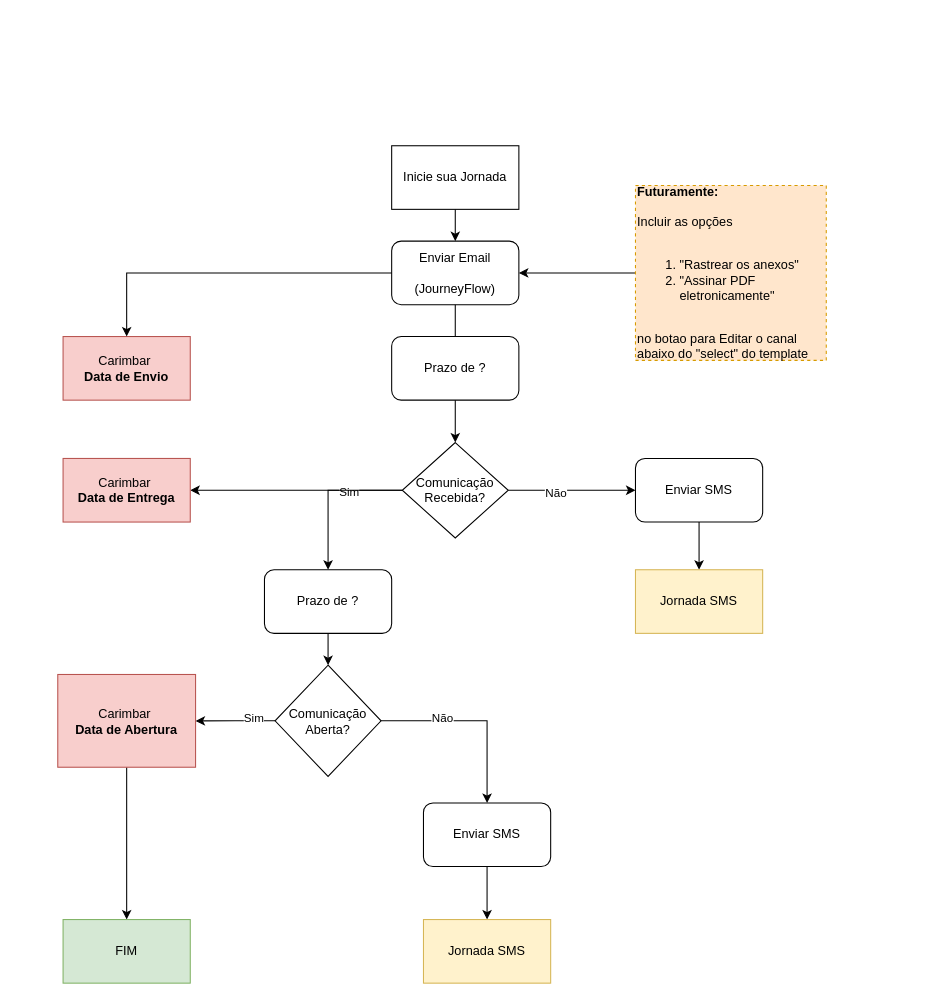
caio-bueno/draws-valid keeps this draw.io diagram as page "Desenho Jornada Email Carimbos Multiplos" (4 of 8) of Diagrama Carimbo.drawio. Above is the earlier version. Source tidied: cells renumbered, new cells numbered last; positions are measured from the earlier drawing's top-left corner, leaving out a move shared by most shapes. Both pictures are drawn from the tidied source at 106%, with x=0, y=0 at pixel (57, 145).
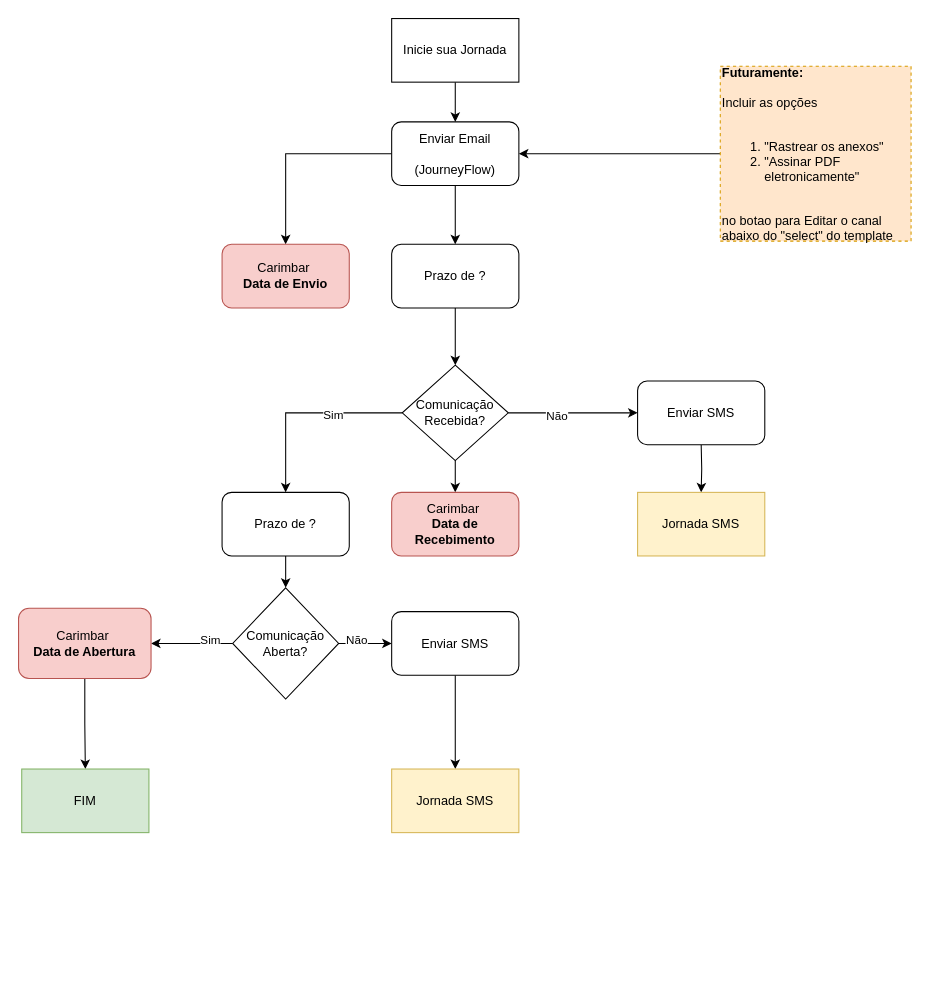
After the change.

Diff of the diagram source:
```diff
@@
     <mxCell id="3" value="Inicie sua Jornada" style="rounded=0;whiteSpace=wrap;html=1;" parent="1" vertex="1">
-      <mxGeometry x="315" width="120" height="60" as="geometry" />
+      <mxGeometry x="315" y="-120" width="120" height="60" as="geometry" />
     </mxCell>
+    <mxCell id="30" style="edgeStyle=orthogonalEdgeStyle;rounded=0;jettySize=auto;html=1;entryX=0.5;entryY=0;entryDx=0;entryDy=0;" parent="1" edge="1" source="4" target="29">
+      <mxGeometry relative="1" as="geometry" />
+    </mxCell>
     <mxCell id="4" value="Enviar Email&lt;div&gt;&lt;br&gt;&lt;/div&gt;&lt;div&gt;(JourneyFlow)&lt;/div&gt;" style="rounded=1;whiteSpace=wrap;html=1;" parent="1" vertex="1">
-      <mxGeometry x="315" y="90" width="120" height="60" as="geometry" />
+      <mxGeometry x="315" y="-22.5" width="120" height="60" as="geometry" />
     </mxCell>
-    <mxCell id="5" style="edgeStyle=orthogonalEdgeStyle;rounded=0;jettySize=auto;html=1;" parent="1" edge="1" source="4" target="11">
-      <mxGeometry relative="1" as="geometry" />
-    </mxCell>
-    <mxCell id="6" style="edgeStyle=orthogonalEdgeStyle;rounded=0;jettySize=auto;html=1;" parent="1" edge="1" source="11" target="13">
-      <mxGeometry relative="1" as="geometry" />
+    <mxCell id="6" style="edgeStyle=orthogonalEdgeStyle;rounded=0;jettySize=auto;html=1;" parent="1" edge="1" source="11">
+      <mxGeometry relative="1" as="geometry">
+        <mxPoint x="547" y="252" as="targetPoint" />
+      </mxGeometry>
     </mxCell>
@@
-    <mxCell id="10" style="edgeStyle=orthogonalEdgeStyle;rounded=0;jettySize=auto;html=1;entryX=1;entryY=0.5;entryDx=0;entryDy=0;" parent="1" edge="1" source="11" target="28">
+    <mxCell id="10" style="edgeStyle=orthogonalEdgeStyle;rounded=0;jettySize=auto;html=1;" parent="1" edge="1" source="11" target="28">
       <mxGeometry relative="1" as="geometry" />
     </mxCell>
     <mxCell id="11" value="Comunicação Recebida?" style="rhombus;whiteSpace=wrap;html=1;" parent="1" vertex="1">
-      <mxGeometry x="325" y="280" width="100" height="90" as="geometry" />
+      <mxGeometry x="325" y="207" width="100" height="90" as="geometry" />
     </mxCell>
-    <mxCell id="12" style="edgeStyle=orthogonalEdgeStyle;rounded=0;jettySize=auto;html=1;" parent="1" edge="1" source="13" target="23">
-      <mxGeometry relative="1" as="geometry" />
+    <mxCell id="12" style="edgeStyle=orthogonalEdgeStyle;rounded=0;jettySize=auto;html=1;" parent="1" edge="1" target="23">
+      <mxGeometry relative="1" as="geometry">
+        <mxPoint x="607" y="282" as="sourcePoint" />
+      </mxGeometry>
     </mxCell>
     <mxCell id="13" value="Enviar SMS" style="rounded=1;whiteSpace=wrap;html=1;" parent="1" vertex="1">
-      <mxGeometry x="545" y="295" width="120" height="60" as="geometry" />
+      <mxGeometry x="547" y="222" width="120" height="60" as="geometry" />
     </mxCell>
@@
     <mxCell id="15" value="Prazo de ?" style="rounded=1;whiteSpace=wrap;html=1;" parent="1" vertex="1">
-      <mxGeometry x="195" y="400" width="120" height="60" as="geometry" />
+      <mxGeometry x="155" y="327" width="120" height="60" as="geometry" />
     </mxCell>
@@
     <mxCell id="20" value="Comunicação Aberta?" style="rhombus;whiteSpace=wrap;html=1;" parent="1" vertex="1">
-      <mxGeometry x="205" y="490" width="100" height="105" as="geometry" />
+      <mxGeometry x="165" y="417" width="100" height="105" as="geometry" />
     </mxCell>
@@
     <mxCell id="22" value="Enviar SMS" style="rounded=1;whiteSpace=wrap;html=1;" parent="1" vertex="1">
-      <mxGeometry x="345" y="620" width="120" height="60" as="geometry" />
+      <mxGeometry x="315" y="439.5" width="120" height="60" as="geometry" />
     </mxCell>
     <mxCell id="23" value="Jornada SMS" style="rounded=0;whiteSpace=wrap;html=1;fillColor=#fff2cc;strokeColor=#d6b656;" parent="1" vertex="1">
-      <mxGeometry x="545" y="400" width="120" height="60" as="geometry" />
+      <mxGeometry x="547" y="327" width="120" height="60" as="geometry" />
     </mxCell>
     <mxCell id="24" value="Jornada SMS" style="rounded=0;whiteSpace=wrap;html=1;fillColor=#fff2cc;strokeColor=#d6b656;" parent="1" vertex="1">
-      <mxGeometry x="345" y="730" width="120" height="60" as="geometry" />
+      <mxGeometry x="315" y="588" width="120" height="60" as="geometry" />
     </mxCell>
@@
-    <mxCell id="26" value="Carimbar&amp;nbsp;&lt;div&gt;&lt;b&gt;Data de Abertura&lt;/b&gt;&lt;/div&gt;" style="rounded=0;whiteSpace=wrap;html=1;fillColor=#f8cecc;strokeColor=#b85450;" parent="1" vertex="1">
-      <mxGeometry y="498.8" width="130" height="87.5" as="geometry" />
+    <mxCell id="26" value="Carimbar&amp;nbsp;&lt;div&gt;&lt;b&gt;Data de Abertura&lt;/b&gt;&lt;/div&gt;" style="rounded=1;whiteSpace=wrap;html=1;fillColor=#f8cecc;strokeColor=#b85450;" parent="1" vertex="1">
+      <mxGeometry x="-37" y="436.4" width="125" height="66.2" as="geometry" />
     </mxCell>
     <mxCell id="27" value="FIM" style="rounded=0;whiteSpace=wrap;html=1;fillColor=#d5e8d4;strokeColor=#82b366;" parent="1" vertex="1">
-      <mxGeometry x="5" y="730" width="120" height="60" as="geometry" />
+      <mxGeometry x="-34" y="588" width="120" height="60" as="geometry" />
     </mxCell>
-    <mxCell id="28" value="Carimbar&amp;nbsp;&lt;div&gt;&lt;b&gt;Data de Entrega&lt;/b&gt;&lt;/div&gt;" style="rounded=0;whiteSpace=wrap;html=1;fillColor=#f8cecc;strokeColor=#b85450;" parent="1" vertex="1">
-      <mxGeometry x="5" y="295" width="120" height="60" as="geometry" />
+    <mxCell id="28" value="Carimbar&amp;nbsp;&lt;div&gt;&lt;b&gt;Data de Recebimento&lt;/b&gt;&lt;/div&gt;" style="rounded=1;whiteSpace=wrap;html=1;fillColor=#f8cecc;strokeColor=#b85450;" parent="1" vertex="1">
+      <mxGeometry x="315" y="327" width="120" height="60" as="geometry" />
     </mxCell>
+    <mxCell id="34" style="edgeStyle=orthogonalEdgeStyle;rounded=0;jettySize=auto;html=1;" parent="1" edge="1" source="4" target="33">
+      <mxGeometry relative="1" as="geometry" />
+    </mxCell>
-    <mxCell id="29" value="Carimbar&amp;nbsp;&lt;div&gt;&lt;b&gt;Data de Envio&lt;/b&gt;&lt;/div&gt;" style="rounded=0;whiteSpace=wrap;html=1;fillColor=#f8cecc;strokeColor=#b85450;" parent="1" vertex="1">
-      <mxGeometry x="5" y="180" width="120" height="60" as="geometry" />
+    <mxCell id="29" value="Carimbar&amp;nbsp;&lt;div&gt;&lt;b&gt;Data de Envio&lt;/b&gt;&lt;/div&gt;" style="rounded=1;whiteSpace=wrap;html=1;fillColor=#f8cecc;strokeColor=#b85450;" parent="1" vertex="1">
+      <mxGeometry x="155" y="93" width="120" height="60" as="geometry" />
     </mxCell>
-    <mxCell id="30" style="edgeStyle=orthogonalEdgeStyle;rounded=0;jettySize=auto;html=1;" parent="1" edge="1" source="4" target="29">
-      <mxGeometry relative="1" as="geometry" />
-    </mxCell>
@@
     <mxCell id="32" value="&lt;div&gt;&lt;b&gt;Futuramente:&lt;/b&gt;&lt;/div&gt;&lt;div&gt;&lt;br&gt;&lt;/div&gt;Incluir as opções&lt;br&gt;&lt;br&gt;&lt;ol&gt;&lt;li&gt;&quot;Rastrear os anexos&quot;&amp;nbsp;&lt;/li&gt;&lt;li&gt;&quot;Assinar PDF eletronicamente&quot;&lt;/li&gt;&lt;/ol&gt;&lt;div&gt;&lt;div&gt;&lt;br&gt;&lt;/div&gt;&lt;div&gt;no botao para Editar o canal&lt;/div&gt;&lt;div&gt;abaixo do &quot;select&quot; do template&lt;/div&gt;&lt;/div&gt;" style="rounded=0;whiteSpace=wrap;html=1;fillColor=#ffe6cc;strokeColor=#d79b00;dashed=1;align=left;" parent="1" vertex="1">
-      <mxGeometry x="545" y="37.5" width="180" height="165" as="geometry" />
+      <mxGeometry x="625" y="-75" width="180" height="165" as="geometry" />
     </mxCell>
+    <mxCell id="35" style="edgeStyle=orthogonalEdgeStyle;rounded=0;jettySize=auto;html=1;" parent="1" edge="1" source="33" target="11">
+      <mxGeometry relative="1" as="geometry" />
+    </mxCell>
     <mxCell id="33" value="Prazo de ?" style="rounded=1;whiteSpace=wrap;html=1;" parent="1" vertex="1">
-      <mxGeometry x="315" y="180" width="120" height="60" as="geometry" />
+      <mxGeometry x="315" y="93" width="120" height="60" as="geometry" />
     </mxCell>
```
